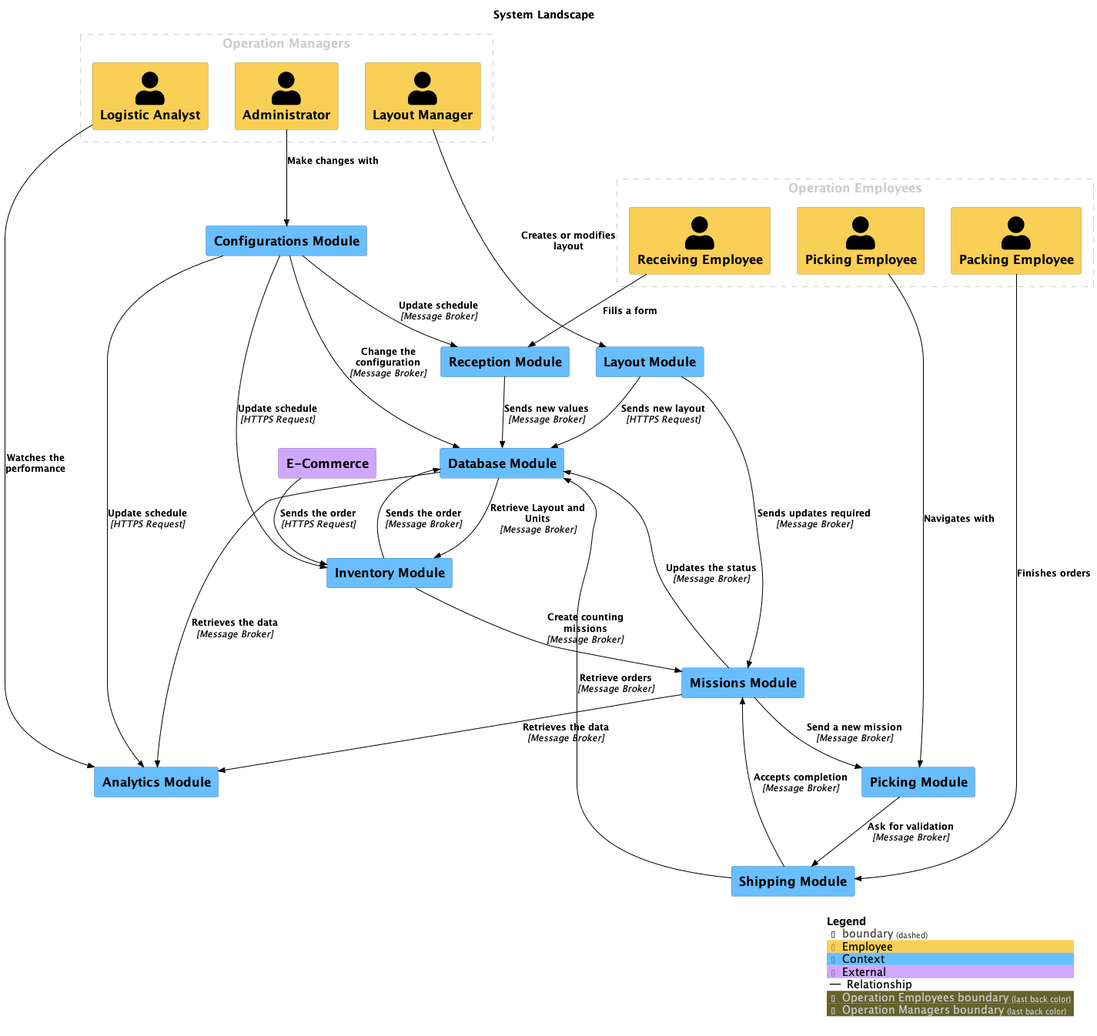
Earlier version of the PlantUML export main/png/SystemLandscape.png (SLC-wms/DSL-Architecture).
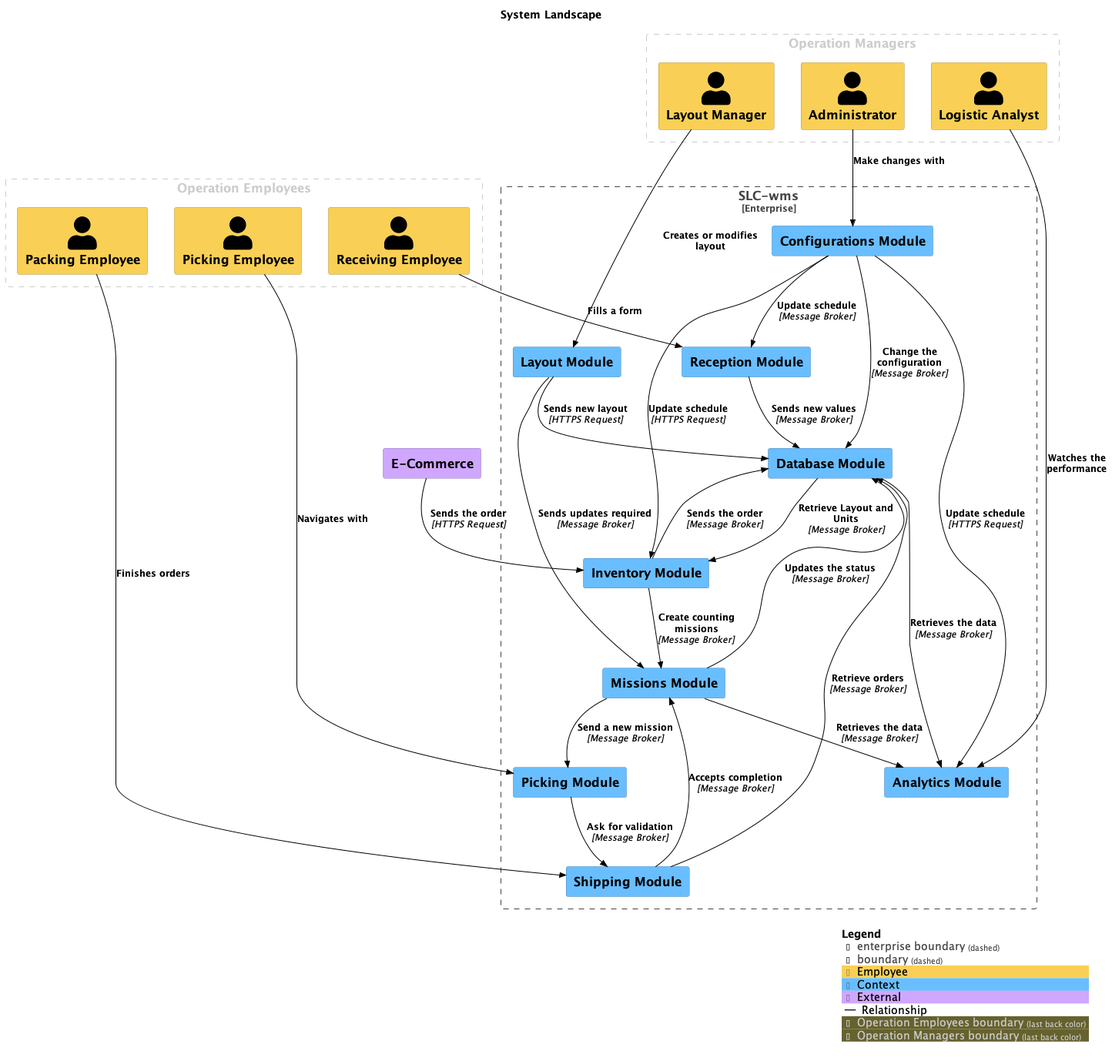
Above is the later version.

What changed in the source:
```diff
@@ -13,30 +13,33 @@
 
 AddRelTag("Relationship", $textColor="#000000", $lineColor="#000000", $lineStyle = "")
 
+Enterprise_Boundary(enterprise, "SLC-wms") {
+  System(ReceptionModule, "Reception Module", $descr="", $tags="Context", $link="")
+  System(LayoutModule, "Layout Module", $descr="", $tags="Context", $link="")
+  System(PickingModule, "Picking Module", $descr="", $tags="Context", $link="")
+  System(ShippingModule, "Shipping Module", $descr="", $tags="Context", $link="")
+  System(AnalyticsModule, "Analytics Module", $descr="", $tags="Context", $link="")
+  System(ConfigurationsModule, "Configurations Module", $descr="", $tags="Context", $link="")
+  System(DatabaseModule, "Database Module", $descr="", $tags="Context", $link="")
+  System(MissionsModule, "Missions Module", $descr="", $tags="Context", $link="")
+  System(InventoryModule, "Inventory Module", $descr="", $tags="Context", $link="")
+}
+
 AddBoundaryTag("Operation Employees", $borderColor="#cccccc", $fontColor="#cccccc")
 Boundary(group_1, "Operation Employees", $tags="Operation Employees") {
-  Person(ReceivingEmployee, "Receiving Employee", $descr="", $tags="Employee", $link="")
-  Person(PickingEmployee, "Picking Employee", $descr="", $tags="Employee", $link="")
-  Person(PackingEmployee, "Packing Employee", $descr="", $tags="Employee", $link="")
+  Person_Ext(ReceivingEmployee, "Receiving Employee", $descr="", $tags="Employee", $link="")
+  Person_Ext(PickingEmployee, "Picking Employee", $descr="", $tags="Employee", $link="")
+  Person_Ext(PackingEmployee, "Packing Employee", $descr="", $tags="Employee", $link="")
 }
 
 AddBoundaryTag("Operation Managers", $borderColor="#cccccc", $fontColor="#cccccc")
 Boundary(group_2, "Operation Managers", $tags="Operation Managers") {
-  Person(Administrator, "Administrator", $descr="", $tags="Employee", $link="")
-  Person(LogisticAnalyst, "Logistic Analyst", $descr="", $tags="Employee", $link="")
-  Person(LayoutManager, "Layout Manager", $descr="", $tags="Employee", $link="")
+  Person_Ext(Administrator, "Administrator", $descr="", $tags="Employee", $link="")
+  Person_Ext(LogisticAnalyst, "Logistic Analyst", $descr="", $tags="Employee", $link="")
+  Person_Ext(LayoutManager, "Layout Manager", $descr="", $tags="Employee", $link="")
 }
 
-System(ReceptionModule, "Reception Module", $descr="", $tags="Context", $link="")
-System(LayoutModule, "Layout Module", $descr="", $tags="Context", $link="")
-System(PickingModule, "Picking Module", $descr="", $tags="Context", $link="")
-System(ShippingModule, "Shipping Module", $descr="", $tags="Context", $link="")
-System(AnalyticsModule, "Analytics Module", $descr="", $tags="Context", $link="")
-System(ConfigurationsModule, "Configurations Module", $descr="", $tags="Context", $link="")
-System(ECommerce, "E-Commerce", $descr="", $tags="External", $link="")
-System(DatabaseModule, "Database Module", $descr="", $tags="Context", $link="")
-System(MissionsModule, "Missions Module", $descr="", $tags="Context", $link="")
-System(InventoryModule, "Inventory Module", $descr="", $tags="Context", $link="")
+System_Ext(ECommerce, "E-Commerce", $descr="", $tags="External", $link="")
 
 Rel_D(PackingEmployee, ShippingModule, "Finishes orders", $techn="", $tags="Relationship", $link="")
 Rel_D(ShippingModule, DatabaseModule, "Retrieve orders", $techn="Message Broker", $tags="Relationship", $link="")
```
